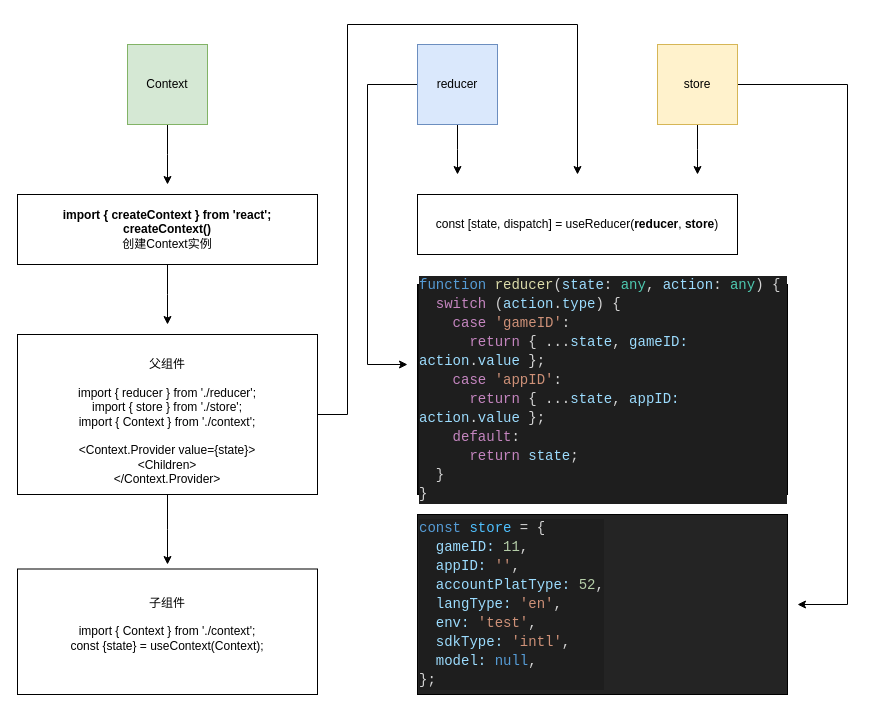
Earlier version of the draw.io diagram Untitled Diagram.drawio (SuperYun/diagramFile). Source tidied: cells renumbered, new cells numbered last; positions are measured from the earlier drawing's top-left corner, leaving out a move shared by most shapes. Both pictures are drawn from the tidied source at 100%, with x=0, y=0 at pixel (17, 24).
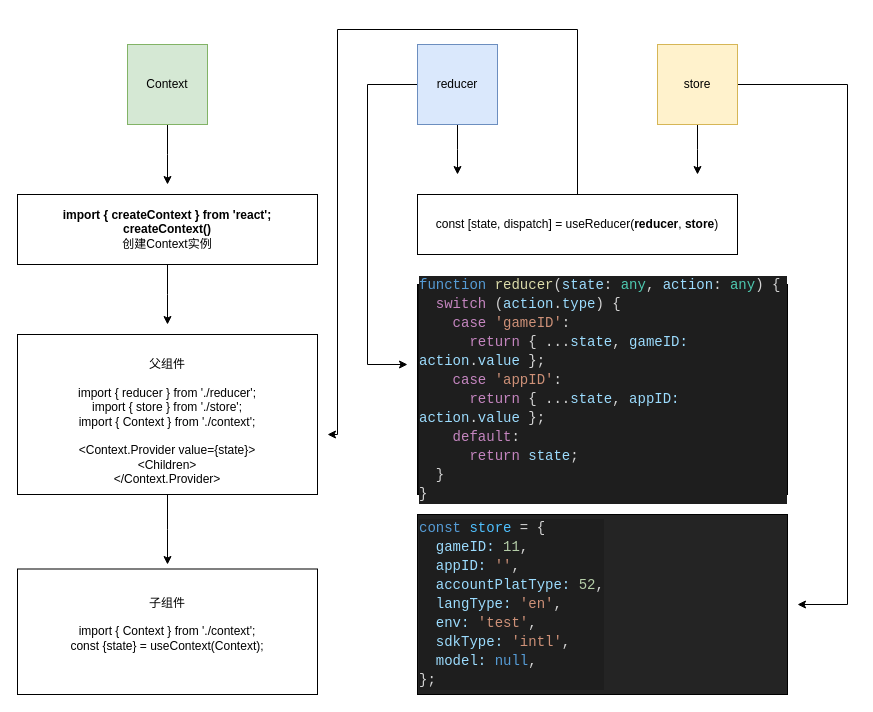
After the change.

Commit message:
reducer状态共享模型.drawio

The change refers to these unchanged cells:
```xml
<mxCell id="14" value="&lt;br&gt;父组件&lt;br&gt;&lt;br&gt;&lt;div&gt;import { reducer } from './reducer';&lt;/div&gt;&lt;div&gt;import { store } from './store';&lt;/div&gt;&lt;div&gt;import { Context } from './context';&lt;/div&gt;&lt;br&gt;&amp;lt;Context.Provider value={state}&amp;gt;&lt;br&gt;&amp;lt;Children&amp;gt;&lt;br&gt;&amp;lt;/Context.Provider&amp;gt;" style="rounded=0;whiteSpace=wrap;html=1;" parent="1" vertex="1">
  <mxGeometry y="310" width="300" height="160" as="geometry" />
</mxCell>
<mxCell id="15" value="const [state, dispatch] = useReducer(&lt;b&gt;reducer&lt;/b&gt;, &lt;b&gt;store&lt;/b&gt;)" style="rounded=0;whiteSpace=wrap;html=1;align=center;" parent="1" vertex="1">
  <mxGeometry x="400" y="170" width="320" height="60" as="geometry" />
</mxCell>
```

Diff of the diagram source:
```diff
@@
-    <mxCell id="13" style="edgeStyle=orthogonalEdgeStyle;rounded=0;jettySize=auto;html=1;exitX=1;exitY=0.5;exitDx=0;exitDy=0;" parent="1" edge="1" source="14">
-      <mxGeometry relative="1" as="geometry">
-        <mxPoint x="560" y="150" as="targetPoint" />
-        <Array as="points">
-          <mxPoint x="330" y="390" />
-          <mxPoint x="330" />
-        </Array>
-      </mxGeometry>
-    </mxCell>
@@
+    <mxCell id="19" style="edgeStyle=orthogonalEdgeStyle;rounded=0;jettySize=auto;html=1;exitX=0.5;exitY=0;exitDx=0;exitDy=0;" parent="1" edge="1" source="15">
+      <mxGeometry relative="1" as="geometry">
+        <mxPoint x="310" y="410" as="targetPoint" />
+        <Array as="points">
+          <mxPoint x="560" y="5" />
+          <mxPoint x="320" y="5" />
+        </Array>
+      </mxGeometry>
+    </mxCell>
```
